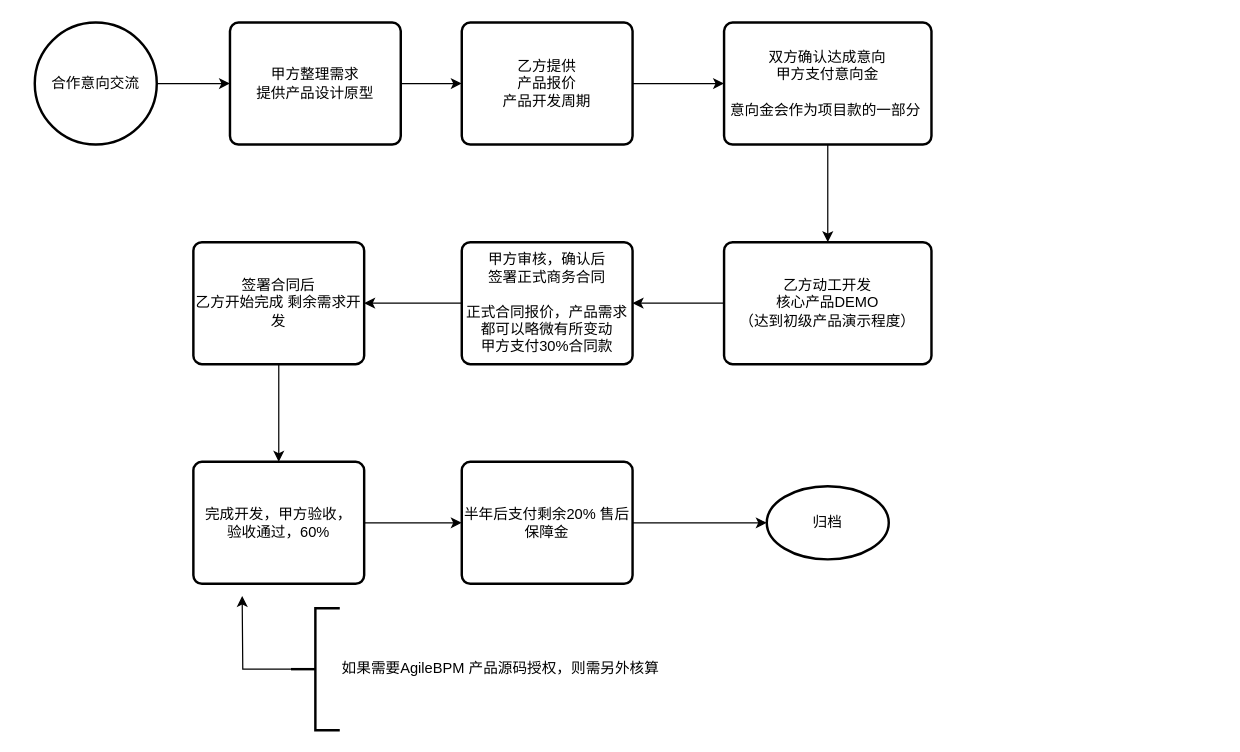
Earlier version of the draw.io diagram 合作流程图.drawio (miaojf/doc). Source tidied: cells renumbered, new cells numbered last; positions are measured from the earlier drawing's top-left corner, leaving out a move shared by most shapes. Both pictures are drawn from the tidied source at 122%, with x=0, y=0 at pixel (34, 22).
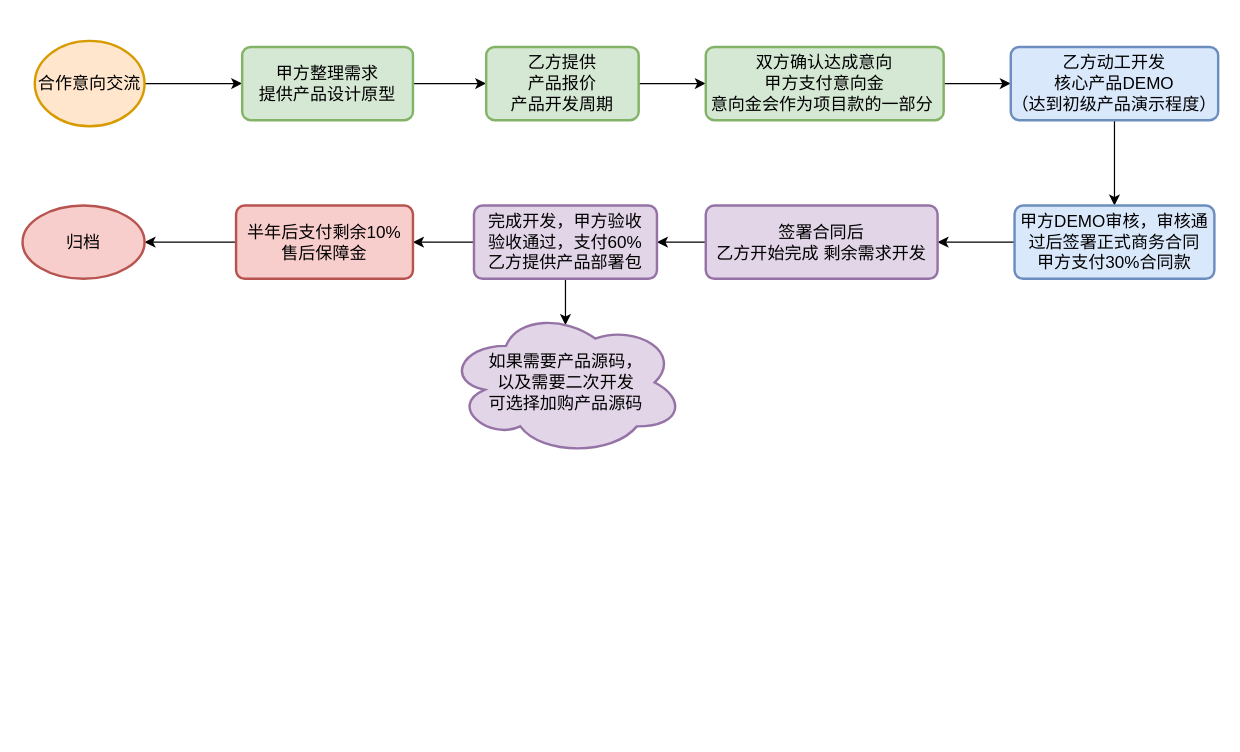
The same diagram, later.

Commit message:
更新合作流程图.drawio

Diff of the diagram source:
```diff
@@
-    <mxCell id="2" style="edgeStyle=orthogonalEdgeStyle;rounded=0;jettySize=auto;html=1;entryX=0;entryY=0.5;entryDx=0;entryDy=0;" parent="1" edge="1" source="3" target="5">
+    <mxCell id="2" style="edgeStyle=orthogonalEdgeStyle;rounded=0;jettySize=auto;html=1;entryX=0;entryY=0.5;entryDx=0;entryDy=0;fontSize=14;" parent="1" edge="1" source="3" target="5">
       <mxGeometry relative="1" as="geometry" />
     </mxCell>
-    <mxCell id="3" value="合作意向交流" style="strokeWidth=2;html=1;shape=mxgraph.flowchart.start_2;whiteSpace=wrap;" parent="1" vertex="1">
-      <mxGeometry width="100" height="100" as="geometry" />
+    <mxCell id="3" value="合作意向交流" style="strokeWidth=2;html=1;shape=mxgraph.flowchart.start_2;whiteSpace=wrap;fillColor=#ffe6cc;strokeColor=#d79b00;fontSize=14;" parent="1" vertex="1">
+      <mxGeometry y="15" width="90" height="70" as="geometry" />
     </mxCell>
-    <mxCell id="4" style="edgeStyle=orthogonalEdgeStyle;rounded=0;jettySize=auto;html=1;" parent="1" edge="1" source="5" target="7">
+    <mxCell id="4" style="edgeStyle=orthogonalEdgeStyle;rounded=0;jettySize=auto;html=1;fontSize=14;" parent="1" edge="1" source="5" target="7">
       <mxGeometry relative="1" as="geometry" />
     </mxCell>
-    <mxCell id="5" value="甲方整理需求&lt;br&gt;提供产品设计原型" style="rounded=1;whiteSpace=wrap;html=1;absoluteArcSize=1;arcSize=14;strokeWidth=2;" parent="1" vertex="1">
-      <mxGeometry x="160" width="140" height="100" as="geometry" />
+    <mxCell id="5" value="&lt;font style=&quot;font-size: 14px&quot;&gt;甲方整理需求&lt;br style=&quot;font-size: 14px;&quot;&gt;提供产品设计原型&lt;/font&gt;" style="rounded=1;whiteSpace=wrap;html=1;absoluteArcSize=1;arcSize=14;strokeWidth=2;fillColor=#d5e8d4;strokeColor=#82b366;fontSize=14;" parent="1" vertex="1">
+      <mxGeometry x="170" y="20" width="140" height="60" as="geometry" />
     </mxCell>
-    <mxCell id="6" style="edgeStyle=orthogonalEdgeStyle;rounded=0;jettySize=auto;html=1;" parent="1" edge="1" source="7" target="9">
+    <mxCell id="6" style="edgeStyle=orthogonalEdgeStyle;rounded=0;jettySize=auto;html=1;fontSize=14;" parent="1" edge="1" source="7" target="9">
       <mxGeometry relative="1" as="geometry" />
     </mxCell>
-    <mxCell id="7" value="乙方提供&lt;br&gt;产品报价&lt;br&gt;产品开发周期" style="rounded=1;whiteSpace=wrap;html=1;absoluteArcSize=1;arcSize=14;strokeWidth=2;" parent="1" vertex="1">
-      <mxGeometry x="350" width="140" height="100" as="geometry" />
+    <mxCell id="7" value="&lt;font style=&quot;font-size: 14px&quot;&gt;乙方提供&lt;br style=&quot;font-size: 14px;&quot;&gt;产品报价&lt;br style=&quot;font-size: 14px;&quot;&gt;产品开发周期&lt;/font&gt;" style="rounded=1;whiteSpace=wrap;html=1;absoluteArcSize=1;arcSize=14;strokeWidth=2;fillColor=#d5e8d4;strokeColor=#82b366;fontSize=14;" parent="1" vertex="1">
+      <mxGeometry x="370" y="20" width="125" height="60" as="geometry" />
     </mxCell>
-    <mxCell id="8" style="edgeStyle=orthogonalEdgeStyle;rounded=0;jettySize=auto;html=1;" parent="1" edge="1" source="9" target="11">
+    <mxCell id="8" style="edgeStyle=orthogonalEdgeStyle;rounded=0;jettySize=auto;html=1;fontSize=14;" parent="1" edge="1" source="9" target="11">
       <mxGeometry relative="1" as="geometry" />
     </mxCell>
-    <mxCell id="9" value="双方确认达成意向&lt;br&gt;甲方支付意向金&lt;br&gt;&lt;br&gt;意向金会作为项目款的一部分&amp;nbsp;" style="rounded=1;whiteSpace=wrap;html=1;absoluteArcSize=1;arcSize=14;strokeWidth=2;" parent="1" vertex="1">
-      <mxGeometry x="565" width="170" height="100" as="geometry" />
+    <mxCell id="9" value="&lt;font style=&quot;font-size: 14px&quot;&gt;双方确认达成意向&lt;br style=&quot;font-size: 14px;&quot;&gt;甲方支付意向金&lt;br style=&quot;font-size: 14px;&quot;&gt;意向金会作为项目款的一部分&amp;nbsp;&lt;/font&gt;" style="rounded=1;whiteSpace=wrap;html=1;absoluteArcSize=1;arcSize=14;strokeWidth=2;fillColor=#d5e8d4;strokeColor=#82b366;fontSize=14;" parent="1" vertex="1">
+      <mxGeometry x="550" y="20" width="195" height="60" as="geometry" />
     </mxCell>
-    <mxCell id="10" style="edgeStyle=orthogonalEdgeStyle;rounded=0;jettySize=auto;html=1;" parent="1" edge="1" source="11" target="13">
+    <mxCell id="10" style="edgeStyle=orthogonalEdgeStyle;rounded=0;jettySize=auto;html=1;fontSize=14;" parent="1" edge="1" source="11" target="13">
       <mxGeometry relative="1" as="geometry" />
     </mxCell>
-    <mxCell id="11" value="乙方动工开发&lt;br&gt;核心产品DEMO&lt;br&gt;（达到初级产品演示程度）" style="rounded=1;whiteSpace=wrap;html=1;absoluteArcSize=1;arcSize=14;strokeWidth=2;" parent="1" vertex="1">
-      <mxGeometry x="565" y="180" width="170" height="100" as="geometry" />
+    <mxCell id="11" value="&lt;font style=&quot;font-size: 14px&quot;&gt;乙方动工开发&lt;br style=&quot;font-size: 14px;&quot;&gt;核心产品DEMO&lt;br style=&quot;font-size: 14px;&quot;&gt;（达到初级产品演示程度）&lt;/font&gt;" style="rounded=1;whiteSpace=wrap;html=1;absoluteArcSize=1;arcSize=14;strokeWidth=2;fillColor=#dae8fc;strokeColor=#6c8ebf;fontSize=14;" parent="1" vertex="1">
+      <mxGeometry x="800" y="20" width="170" height="60" as="geometry" />
     </mxCell>
-    <mxCell id="12" style="edgeStyle=orthogonalEdgeStyle;rounded=0;jettySize=auto;html=1;" parent="1" edge="1" source="13" target="15">
+    <mxCell id="12" style="edgeStyle=orthogonalEdgeStyle;rounded=0;jettySize=auto;html=1;fontSize=14;" parent="1" edge="1" source="13" target="15">
       <mxGeometry relative="1" as="geometry" />
     </mxCell>
-    <mxCell id="13" value="甲方审核，确认后&lt;br&gt;签署正式商务合同&lt;br&gt;&lt;br&gt;正式合同报价，产品需求都可以略微有所变动&lt;br&gt;甲方支付30%合同款" style="rounded=1;whiteSpace=wrap;html=1;absoluteArcSize=1;arcSize=14;strokeWidth=2;" parent="1" vertex="1">
-      <mxGeometry x="350" y="180" width="140" height="100" as="geometry" />
+    <mxCell id="13" value="&lt;font style=&quot;font-size: 14px&quot;&gt;甲方DEMO审核，审核通过后签署正式商务合同&lt;br style=&quot;font-size: 14px;&quot;&gt;甲方支付30%合同款&lt;/font&gt;" style="rounded=1;whiteSpace=wrap;html=1;absoluteArcSize=1;arcSize=14;strokeWidth=2;fillColor=#dae8fc;strokeColor=#6c8ebf;fontSize=14;" parent="1" vertex="1">
+      <mxGeometry x="803.1" y="150" width="163.8" height="60" as="geometry" />
     </mxCell>
-    <mxCell id="14" style="edgeStyle=orthogonalEdgeStyle;rounded=0;jettySize=auto;html=1;" parent="1" edge="1" source="15" target="17">
+    <mxCell id="14" style="edgeStyle=orthogonalEdgeStyle;rounded=0;jettySize=auto;html=1;entryX=1;entryY=0.5;entryDx=0;entryDy=0;fontSize=14;" parent="1" edge="1" source="15" target="17">
       <mxGeometry relative="1" as="geometry" />
     </mxCell>
-    <mxCell id="15" value="签署合同后&lt;br&gt;乙方开始完成 剩余需求开发" style="rounded=1;whiteSpace=wrap;html=1;absoluteArcSize=1;arcSize=14;strokeWidth=2;" parent="1" vertex="1">
-      <mxGeometry x="130" y="180" width="140" height="100" as="geometry" />
+    <mxCell id="15" value="&lt;font style=&quot;font-size: 14px&quot;&gt;签署合同后&lt;br style=&quot;font-size: 14px;&quot;&gt;乙方开始完成 剩余需求开发&lt;/font&gt;" style="rounded=1;whiteSpace=wrap;html=1;absoluteArcSize=1;arcSize=14;strokeWidth=2;fillColor=#e1d5e7;strokeColor=#9673a6;fontSize=14;" parent="1" vertex="1">
+      <mxGeometry x="550" y="150" width="190" height="60" as="geometry" />
     </mxCell>
-    <mxCell id="16" style="edgeStyle=orthogonalEdgeStyle;rounded=0;jettySize=auto;html=1;" parent="1" edge="1" source="17" target="19">
+    <mxCell id="16" style="edgeStyle=orthogonalEdgeStyle;rounded=0;jettySize=auto;html=1;fontSize=14;" parent="1" edge="1" source="17" target="19">
       <mxGeometry relative="1" as="geometry" />
     </mxCell>
+    <mxCell id="23" style="edgeStyle=orthogonalEdgeStyle;rounded=0;jettySize=auto;html=1;fontSize=14;entryX=0.5;entryY=0.108;entryDx=0;entryDy=0;entryPerimeter=0;" parent="1" edge="1" source="17" target="24">
+      <mxGeometry relative="1" as="geometry" />
+    </mxCell>
-    <mxCell id="17" value="完成开发，甲方验收，&lt;br&gt;验收通过，60%" style="rounded=1;whiteSpace=wrap;html=1;absoluteArcSize=1;arcSize=14;strokeWidth=2;" parent="1" vertex="1">
-      <mxGeometry x="130" y="360" width="140" height="100" as="geometry" />
+    <mxCell id="17" value="&lt;font style=&quot;font-size: 14px&quot;&gt;完成开发，甲方验收&lt;br style=&quot;font-size: 14px&quot;&gt;验收通过，支付60%&lt;br style=&quot;font-size: 14px&quot;&gt;乙方提供产品部署包&lt;br style=&quot;font-size: 14px&quot;&gt;&lt;/font&gt;" style="rounded=1;whiteSpace=wrap;html=1;absoluteArcSize=1;arcSize=14;strokeWidth=2;fillColor=#e1d5e7;strokeColor=#9673a6;fontSize=14;" parent="1" vertex="1">
+      <mxGeometry x="360" y="150" width="150" height="60" as="geometry" />
     </mxCell>
-    <mxCell id="18" style="edgeStyle=orthogonalEdgeStyle;rounded=0;jettySize=auto;html=1;entryX=0;entryY=0.5;entryDx=0;entryDy=0;entryPerimeter=0;" parent="1" edge="1" source="19" target="20">
+    <mxCell id="18" style="edgeStyle=orthogonalEdgeStyle;rounded=0;jettySize=auto;html=1;fontSize=14;" parent="1" edge="1" source="19" target="20">
       <mxGeometry relative="1" as="geometry" />
     </mxCell>
-    <mxCell id="19" value="半年后支付剩余20% 售后保障金" style="rounded=1;whiteSpace=wrap;html=1;absoluteArcSize=1;arcSize=14;strokeWidth=2;" parent="1" vertex="1">
-      <mxGeometry x="350" y="360" width="140" height="100" as="geometry" />
+    <mxCell id="19" value="&lt;font style=&quot;font-size: 14px&quot;&gt;半年后支付剩余10% 售后保障金&lt;/font&gt;" style="rounded=1;whiteSpace=wrap;html=1;absoluteArcSize=1;arcSize=14;strokeWidth=2;fillColor=#f8cecc;strokeColor=#b85450;fontSize=14;" parent="1" vertex="1">
+      <mxGeometry x="165" y="150" width="145" height="60" as="geometry" />
     </mxCell>
-    <mxCell id="20" value="归档" style="strokeWidth=2;html=1;shape=mxgraph.flowchart.start_1;whiteSpace=wrap;" parent="1" vertex="1">
-      <mxGeometry x="600" y="380" width="100" height="60" as="geometry" />
+    <mxCell id="20" value="&lt;font style=&quot;font-size: 14px&quot;&gt;归档&lt;/font&gt;" style="strokeWidth=2;html=1;shape=mxgraph.flowchart.start_1;whiteSpace=wrap;fillColor=#f8cecc;strokeColor=#b85450;fontSize=14;" parent="1" vertex="1">
+      <mxGeometry x="-10" y="150" width="100" height="60" as="geometry" />
     </mxCell>
-    <mxCell id="21" style="edgeStyle=orthogonalEdgeStyle;rounded=0;jettySize=auto;html=1;" parent="1" edge="1" source="22">
-      <mxGeometry relative="1" as="geometry">
-        <mxPoint x="170" y="470" as="targetPoint" />
-      </mxGeometry>
-    </mxCell>
-    <mxCell id="22" value="如果需要AgileBPM 产品源码授权，则需另外核算" style="strokeWidth=2;html=1;shape=mxgraph.flowchart.annotation_2;align=left;labelPosition=right;" parent="1" vertex="1">
-      <mxGeometry x="210" y="480" width="40" height="100" as="geometry" />
-    </mxCell>
+    <mxCell id="24" value="如果需要产品源码，&lt;br style=&quot;font-size: 14px;&quot;&gt;以及需要二次开发&lt;br style=&quot;font-size: 14px;&quot;&gt;可选择加购产品源码" style="ellipse;shape=cloud;whiteSpace=wrap;html=1;rounded=1;strokeColor=#9673a6;strokeWidth=2;fillColor=#e1d5e7;arcSize=14;fontSize=14;" parent="1" vertex="1">
+      <mxGeometry x="337.5" y="235" width="195" height="120" as="geometry" />
+    </mxCell>
```
